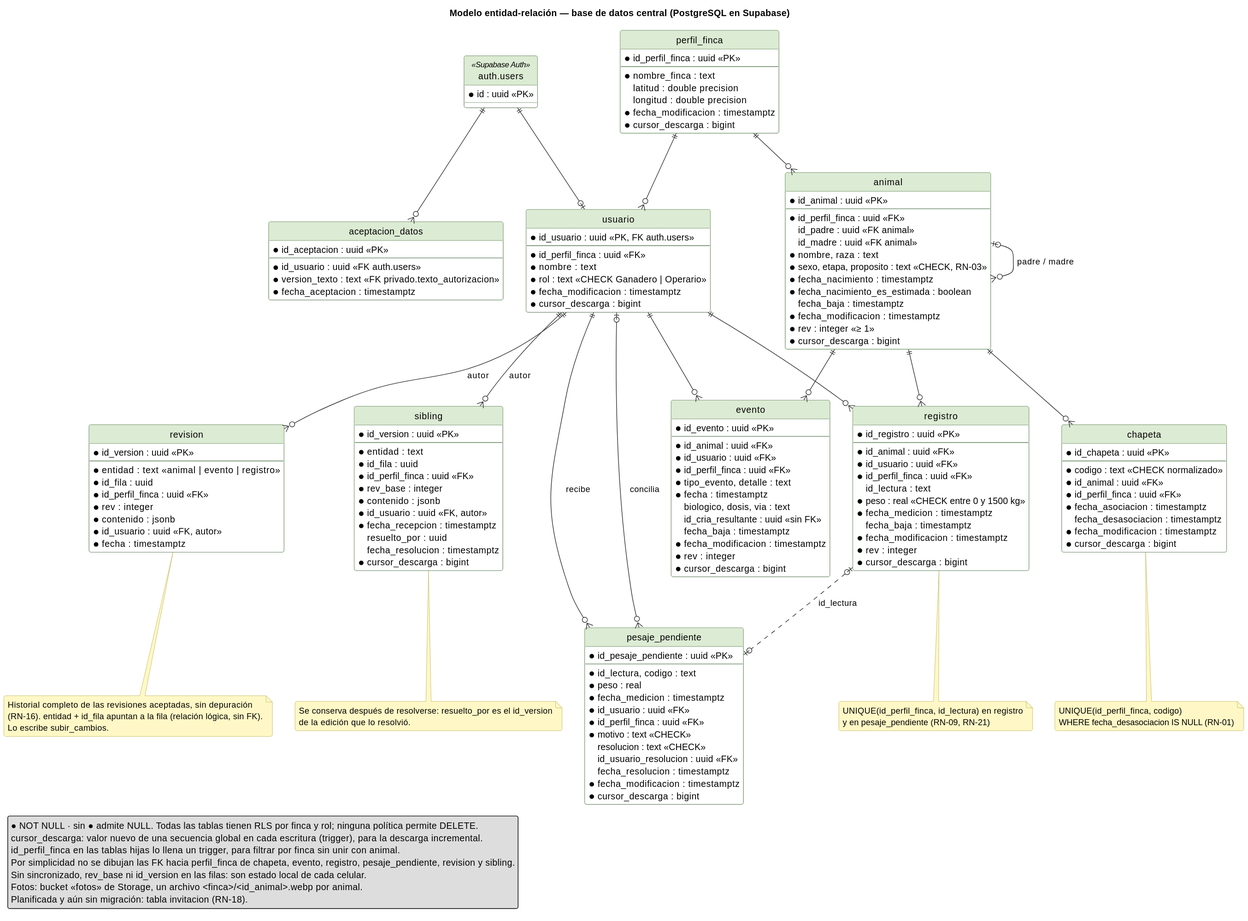
Earlier version of the PlantUML export docs/diagramas/er/ER_central_supabase.svg (DevCris80/Degree-Work).
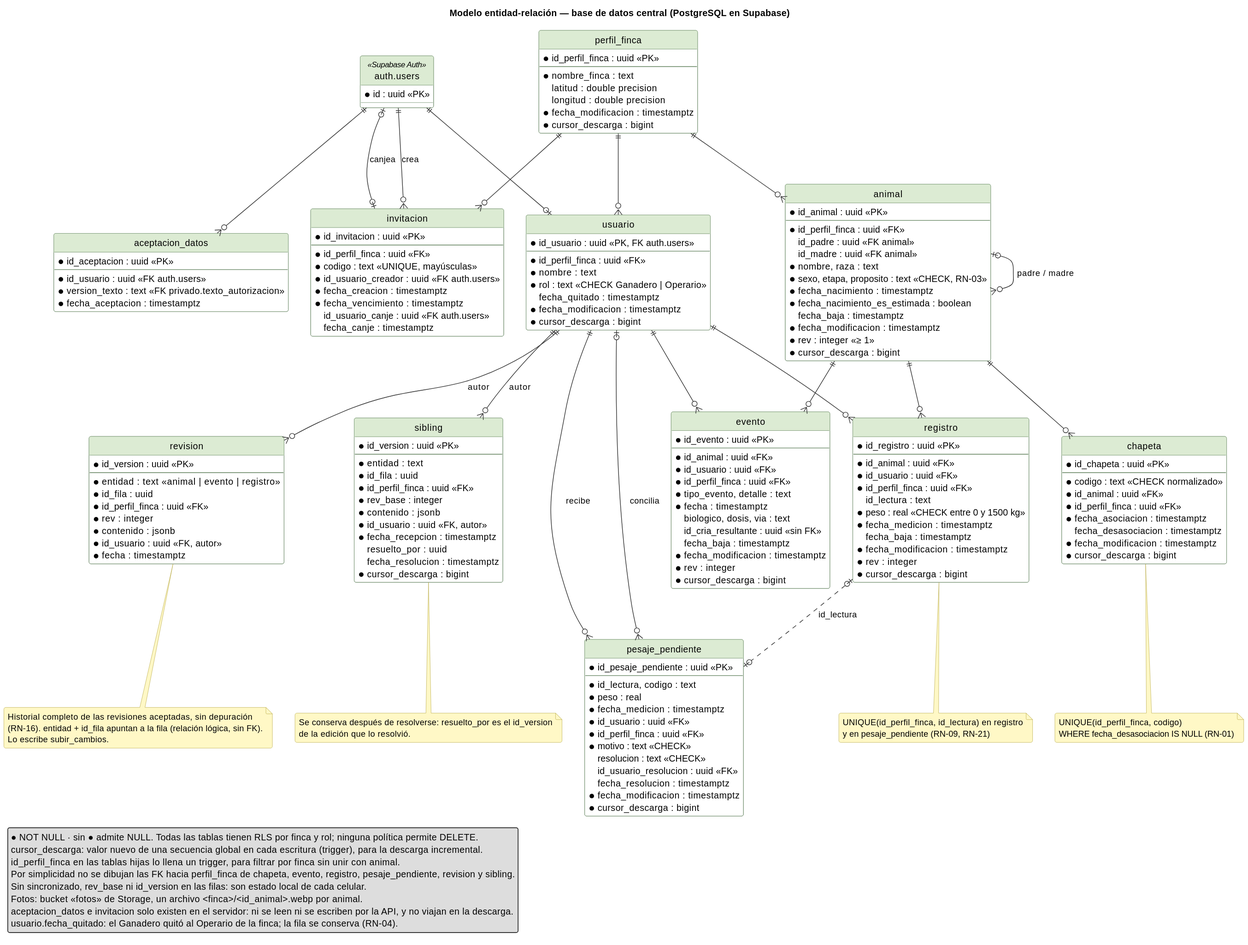
After the commit.

Commit message:
Docs: el ER central con la tabla invitacion y usuario.fecha_quitado

What changed in the source:
```diff
@@ -39,6 +39,7 @@
   *id_perfil_finca : uuid <<FK>>
   *nombre : text
   *rol : text <<CHECK Ganadero | Operario>>
+  fecha_quitado : timestamptz
   *fecha_modificacion : timestamptz
   *cursor_descarga : bigint
 }
@@ -153,8 +154,23 @@
   *fecha_aceptacion : timestamptz
 }
 
+entity invitacion {
+  *id_invitacion : uuid <<PK>>
+  --
+  *id_perfil_finca : uuid <<FK>>
+  *codigo : text <<UNIQUE, mayúsculas>>
+  *id_usuario_creador : uuid <<FK auth.users>>
+  *fecha_creacion : timestamptz
+  *fecha_vencimiento : timestamptz
+  id_usuario_canje : uuid <<FK auth.users>>
+  fecha_canje : timestamptz
+}
+
 auth_users ||--o| usuario
 auth_users ||--o{ aceptacion_datos
+auth_users ||--o{ invitacion : crea
+auth_users |o--o| invitacion : canjea
+perfil_finca ||--o{ invitacion
 perfil_finca ||--o{ usuario
 perfil_finca ||--o{ animal
 animal |o--o{ animal : padre / madre
@@ -197,6 +213,7 @@
   Por simplicidad no se dibujan las FK hacia perfil_finca de chapeta, evento, registro, pesaje_pendiente, revision y sibling.
   Sin sincronizado, rev_base ni id_version en las filas: son estado local de cada celular.
   Fotos: bucket «fotos» de Storage, un archivo <finca>/<id_animal>.webp por animal.
-  Planificada y aún sin migración: tabla invitacion (RN-18).
+  aceptacion_datos e invitacion solo existen en el servidor: ni se leen ni se escriben por la API, y no viajan en la descarga.
+  usuario.fecha_quitado: el Ganadero quitó al Operario de la finca; la fila se conserva (RN-04).
 endlegend
 @enduml
```
